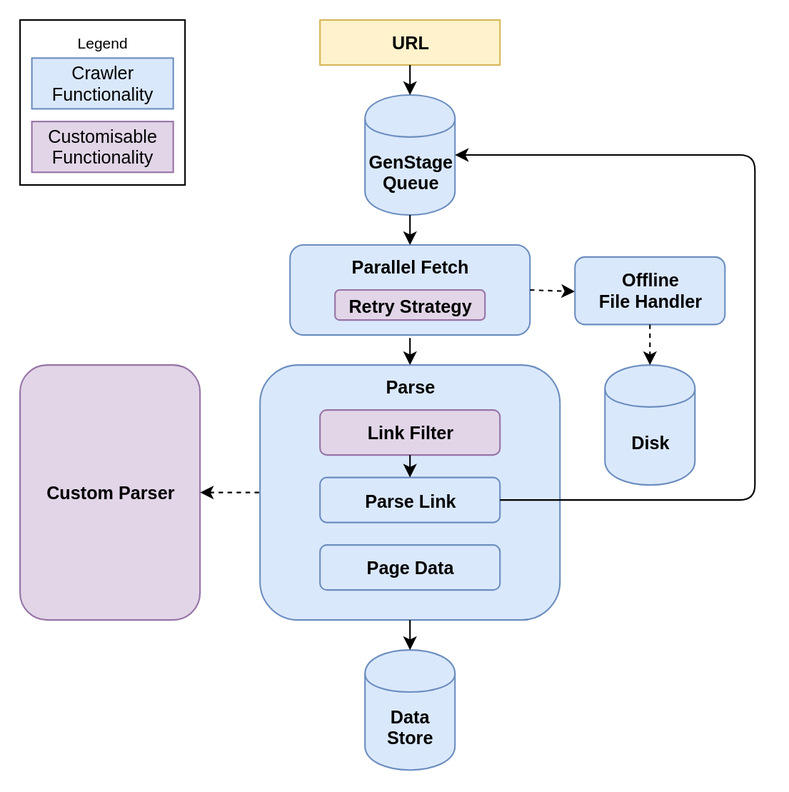
Before: architecture.svg, a diagram exported from draw.io (fredwu/crawler). Source tidied: cells renumbered, new cells last; positions are measured from the earlier drawing's top-left corner, leaving out a move shared by most shapes.
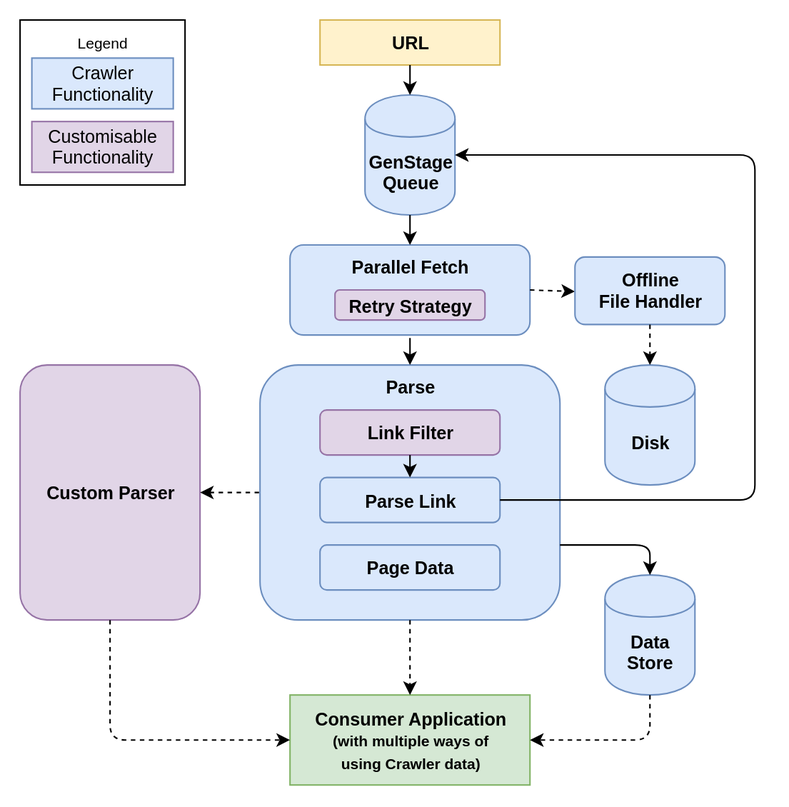
After the change.

Commit message:
Added consumer into the architecture [ci skip]

Change to the diagram source:
```diff
@@ -52,10 +52,14 @@
       </mxGeometry>
     </mxCell>
     <mxCell id="16" value="Data Store" style="shape=cylinder;whiteSpace=wrap;html=1;boundedLbl=1;fontStyle=1;fillColor=#dae8fc;strokeColor=#6c8ebf;" parent="1" vertex="1">
-      <mxGeometry x="230" y="420" width="60" height="80" as="geometry" />
+      <mxGeometry x="390" y="370" width="60" height="80" as="geometry" />
     </mxCell>
-    <mxCell id="17" style="endArrow=classic;html=1;entryX=0.5;entryY=0;exitX=0.5;exitY=1;" parent="1" edge="1" source="4" target="16">
-      <mxGeometry relative="1" as="geometry" />
+    <mxCell id="17" style="endArrow=classic;html=1;entryX=0.5;entryY=0;exitX=1;exitY=0.706;exitPerimeter=0;" parent="1" edge="1" source="4" target="16">
+      <mxGeometry relative="1" as="geometry">
+        <Array as="points">
+          <mxPoint x="420" y="350" />
+        </Array>
+      </mxGeometry>
     </mxCell>
     <mxCell id="18" value="Disk" style="shape=cylinder;whiteSpace=wrap;html=1;boundedLbl=1;fontStyle=1;fillColor=#dae8fc;strokeColor=#6c8ebf;" parent="1" vertex="1">
       <mxGeometry x="390" y="230" width="60" height="80" as="geometry" />
@@ -84,5 +88,25 @@
     <mxCell id="26" style="endArrow=classic;html=1;dashed=1;entryX=0.5;entryY=0;exitX=0.5;exitY=1;" parent="1" edge="1" source="25" target="18">
       <mxGeometry relative="1" as="geometry" />
     </mxCell>
+    <mxCell id="27" value="Consumer Application&lt;br&gt;&lt;font style=&quot;font-size: 10px&quot;&gt;(with multiple ways of &lt;br&gt;using Crawler data)&lt;/font&gt;" style="rounded=0;whiteSpace=wrap;html=1;fillColor=#d5e8d4;strokeColor=#82b366;fontStyle=1;" parent="1" vertex="1">
+      <mxGeometry x="180" y="450" width="160" height="60" as="geometry" />
+    </mxCell>
+    <mxCell id="28" style="endArrow=classic;html=1;dashed=1;exitX=0.5;exitY=1;entryX=0;entryY=0.5;" parent="1" edge="1" source="6" target="27">
+      <mxGeometry relative="1" as="geometry">
+        <Array as="points">
+          <mxPoint x="60" y="480" />
+        </Array>
+      </mxGeometry>
+    </mxCell>
+    <mxCell id="29" style="endArrow=classic;html=1;dashed=1;entryX=0.5;entryY=0;exitX=0.5;exitY=1;" parent="1" edge="1" source="4" target="27">
+      <mxGeometry relative="1" as="geometry" />
+    </mxCell>
+    <mxCell id="30" style="endArrow=classic;html=1;dashed=1;entryX=1;entryY=0.5;exitX=0.5;exitY=1;" parent="1" edge="1" source="16" target="27">
+      <mxGeometry relative="1" as="geometry">
+        <Array as="points">
+          <mxPoint x="420" y="480" />
+        </Array>
+      </mxGeometry>
+    </mxCell>
   </root>
 </mxGraphModel>
```
